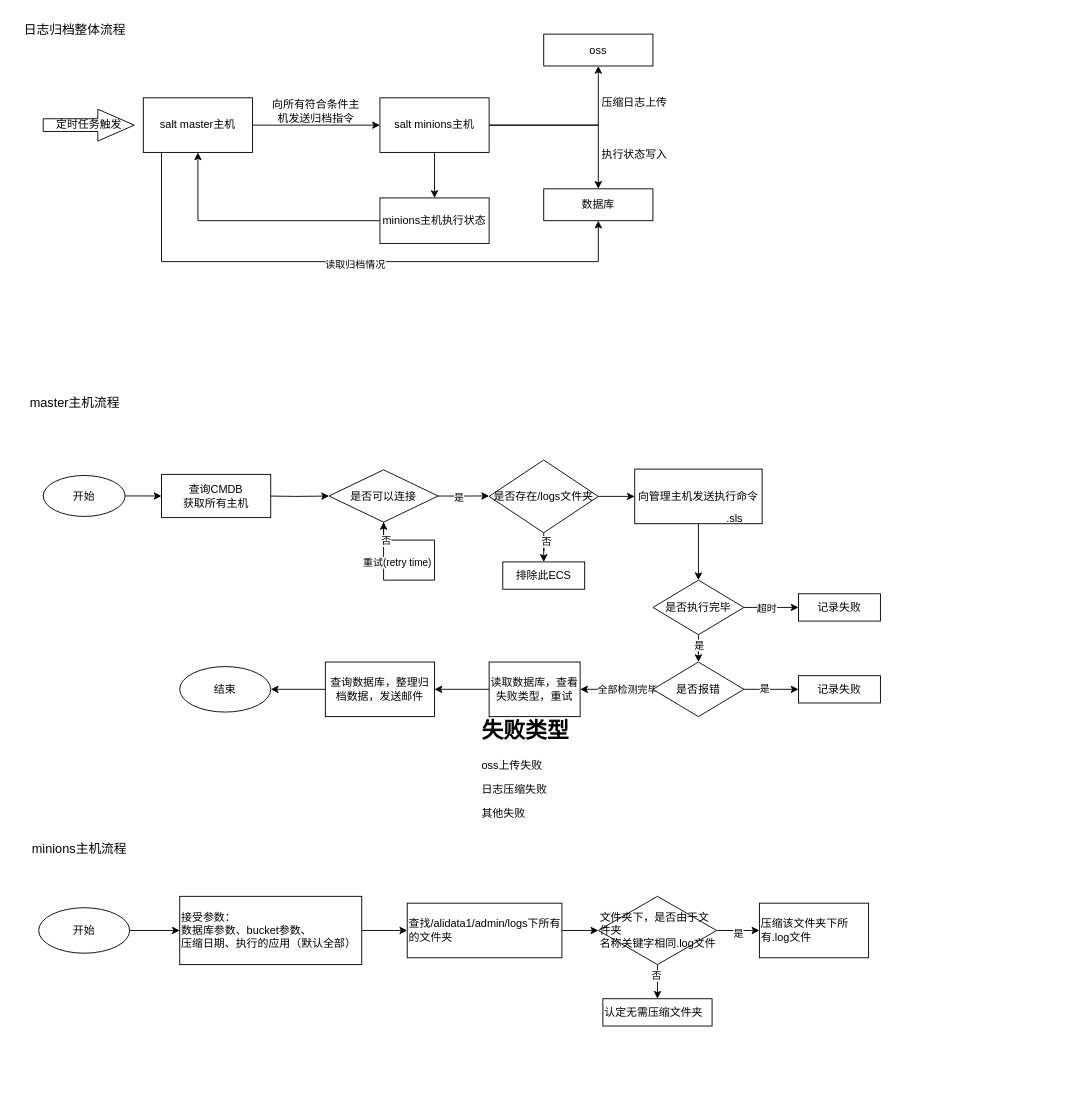
The draw.io diagram 日志归档.drawio in XianpengYang/draw.io, before the edit. Source tidied: cells renumbered, new cells numbered last; positions are measured from the earlier drawing's top-left corner, leaving out a move shared by most shapes. Both pictures are drawn from the tidied source at 91%, with x=0, y=0 at pixel (15, 15).
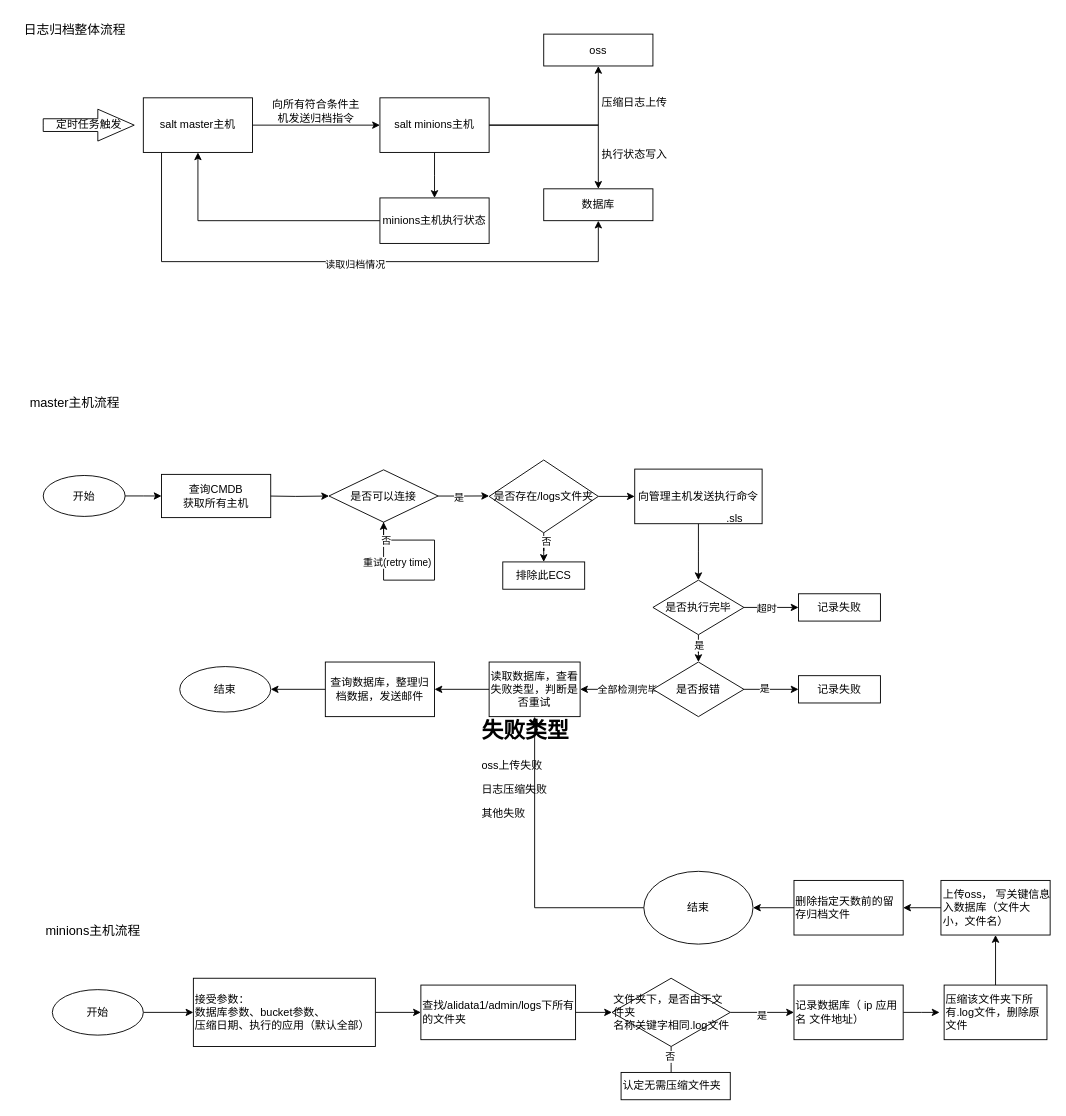
After the change.

Commit message (it also covers changes not shown here):
更新日志归档.drawio

Diff of the diagram source:
```diff
@@
-    <mxCell id="51" value="读取数据库，查看失败类型，重试" style="whiteSpace=wrap;html=1;" parent="1" vertex="1">
+    <mxCell id="51" value="读取数据库，查看失败类型，判断是否重试" style="whiteSpace=wrap;html=1;" parent="1" vertex="1">
       <mxGeometry x="520" y="710" width="100" height="60" as="geometry" />
     </mxCell>
@@
     <mxCell id="56" value="&lt;font style=&quot;font-size: 14px;&quot;&gt;minions主机流程&lt;/font&gt;" style="text;html=1;align=center;verticalAlign=middle;whiteSpace=wrap;rounded=0;" parent="1" vertex="1">
-      <mxGeometry x="10" y="900" width="120" height="30" as="geometry" />
+      <mxGeometry x="25" y="990" width="120" height="30" as="geometry" />
     </mxCell>
@@
     <mxCell id="58" value="开始" style="ellipse;whiteSpace=wrap;html=1;" parent="1" vertex="1">
-      <mxGeometry x="25" y="980" width="100" height="50" as="geometry" />
+      <mxGeometry x="40" y="1070" width="100" height="50" as="geometry" />
     </mxCell>
@@
     <mxCell id="60" value="接受参数：&lt;br&gt;&lt;div&gt;数据库参数、bucket参数、&lt;/div&gt;&lt;div&gt;压缩日期、执行的应用（默认全部）&lt;/div&gt;" style="whiteSpace=wrap;html=1;align=left;" parent="1" vertex="1">
-      <mxGeometry x="180" y="967.5" width="200" height="75" as="geometry" />
+      <mxGeometry x="195" y="1057.5" width="200" height="75" as="geometry" />
     </mxCell>
@@
     <mxCell id="62" value="查找/alidata1/admin/logs下所有的文件夹" style="whiteSpace=wrap;html=1;align=left;" parent="1" vertex="1">
-      <mxGeometry x="430" y="975" width="170" height="60" as="geometry" />
+      <mxGeometry x="445" y="1065" width="170" height="60" as="geometry" />
     </mxCell>
-    <mxCell id="63" style="edgeStyle=orthogonalEdgeStyle;rounded=0;jettySize=auto;html=1;" parent="1" edge="1" source="67" target="68">
+    <mxCell id="63" style="edgeStyle=orthogonalEdgeStyle;rounded=0;jettySize=auto;html=1;exitX=1;exitY=0.5;exitDx=0;exitDy=0;entryX=0;entryY=0.5;entryDx=0;entryDy=0;" parent="1" edge="1" source="67" target="72">
       <mxGeometry relative="1" as="geometry" />
     </mxCell>
@@
-    <mxCell id="65" style="edgeStyle=orthogonalEdgeStyle;rounded=0;jettySize=auto;html=1;" parent="1" edge="1" source="67" target="69">
-      <mxGeometry relative="1" as="geometry" />
+    <mxCell id="65" style="edgeStyle=orthogonalEdgeStyle;rounded=0;jettySize=auto;html=1;" parent="1" edge="1" source="67">
+      <mxGeometry relative="1" as="geometry">
+        <mxPoint x="720" y="1170" as="targetPoint" />
+      </mxGeometry>
     </mxCell>
@@
     <mxCell id="67" value="文件夹下，是否由于文件夹&lt;div&gt;名称关键字相同.log文件&lt;/div&gt;" style="rhombus;whiteSpace=wrap;html=1;align=left;" parent="1" vertex="1">
-      <mxGeometry x="640" y="967.5" width="130" height="75" as="geometry" />
+      <mxGeometry x="655" y="1057.5" width="130" height="75" as="geometry" />
     </mxCell>
+    <mxCell id="70" style="edgeStyle=orthogonalEdgeStyle;rounded=0;jettySize=auto;html=1;entryX=0.5;entryY=1;entryDx=0;entryDy=0;" parent="1" edge="1" source="68" target="74">
+      <mxGeometry relative="1" as="geometry" />
+    </mxCell>
-    <mxCell id="68" value="压缩该文件夹下所有.log文件" style="whiteSpace=wrap;html=1;align=left;" parent="1" vertex="1">
-      <mxGeometry x="817" y="975" width="120" height="60" as="geometry" />
+    <mxCell id="68" value="压缩该文件夹下所有.log文件，删除原文件" style="whiteSpace=wrap;html=1;align=left;" parent="1" vertex="1">
+      <mxGeometry x="1020" y="1065" width="113" height="60" as="geometry" />
     </mxCell>
     <mxCell id="69" value="认定无需压缩文件夹" style="whiteSpace=wrap;html=1;align=left;" parent="1" vertex="1">
-      <mxGeometry x="645" y="1080" width="120" height="30" as="geometry" />
+      <mxGeometry x="665" y="1161" width="120" height="30" as="geometry" />
     </mxCell>
+    <mxCell id="71" style="edgeStyle=orthogonalEdgeStyle;rounded=0;jettySize=auto;html=1;" parent="1" edge="1" source="72">
+      <mxGeometry relative="1" as="geometry">
+        <mxPoint x="1015" y="1095" as="targetPoint" />
+      </mxGeometry>
+    </mxCell>
+    <mxCell id="72" value="记录数据库（ ip 应用名 文件地址）" style="whiteSpace=wrap;html=1;align=left;" parent="1" vertex="1">
+      <mxGeometry x="855" y="1065" width="120" height="60" as="geometry" />
+    </mxCell>
+    <mxCell id="73" style="edgeStyle=orthogonalEdgeStyle;rounded=0;jettySize=auto;html=1;" parent="1" edge="1" source="74" target="76">
+      <mxGeometry relative="1" as="geometry" />
+    </mxCell>
+    <mxCell id="74" value="上传oss， 写关键信息入数据库（文件大小，文件名）" style="whiteSpace=wrap;html=1;align=left;" parent="1" vertex="1">
+      <mxGeometry x="1016.5" y="950" width="120" height="60" as="geometry" />
+    </mxCell>
+    <mxCell id="75" style="edgeStyle=orthogonalEdgeStyle;rounded=0;jettySize=auto;html=1;" parent="1" edge="1" source="76" target="78">
+      <mxGeometry relative="1" as="geometry" />
+    </mxCell>
+    <mxCell id="76" value="删除指定天数前的留存归档文件" style="whiteSpace=wrap;html=1;align=left;" parent="1" vertex="1">
+      <mxGeometry x="855" y="950" width="120" height="60" as="geometry" />
+    </mxCell>
+    <mxCell id="77" style="edgeStyle=orthogonalEdgeStyle;rounded=0;jettySize=auto;html=1;" parent="1" edge="1" source="78" target="51">
+      <mxGeometry relative="1" as="geometry" />
+    </mxCell>
+    <mxCell id="78" value="结束" style="ellipse;whiteSpace=wrap;html=1;" parent="1" vertex="1">
+      <mxGeometry x="690" y="940" width="120" height="80" as="geometry" />
+    </mxCell>
```
